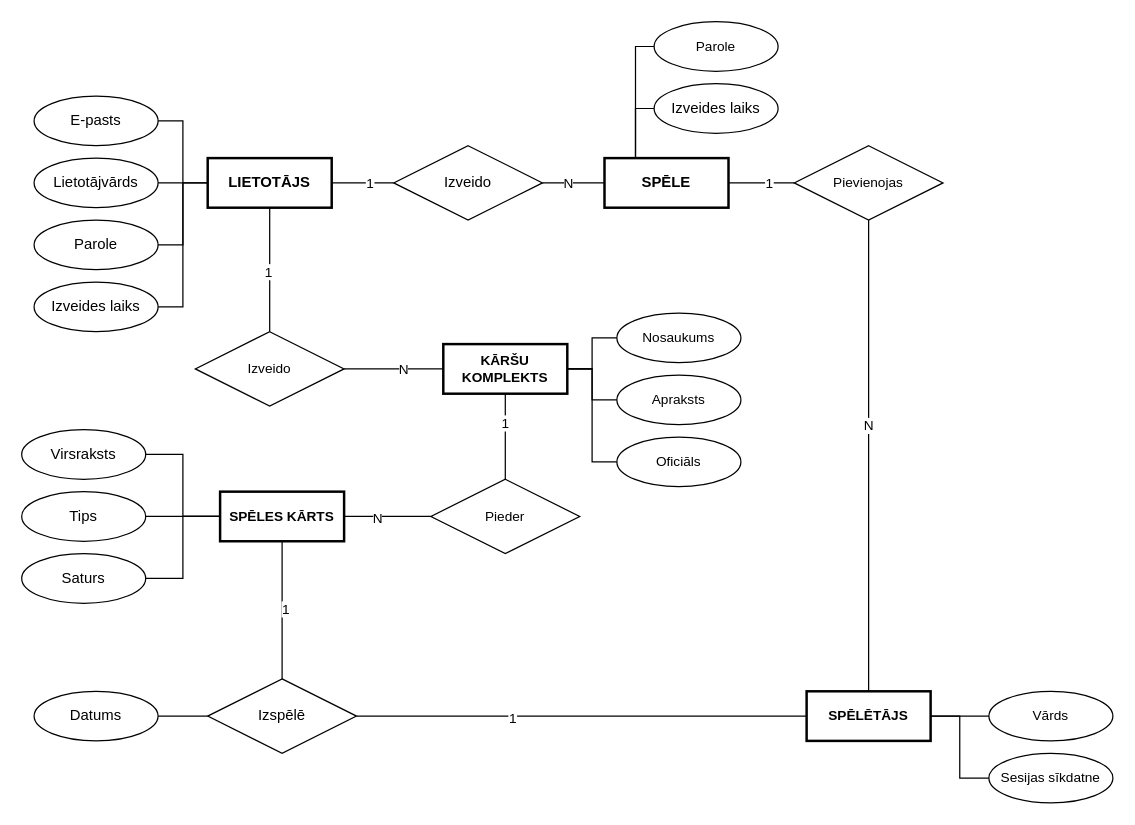
Earlier version of the draw.io diagram dokumentacija/ER.drawio (Edgars-P/RVT-Projekts-CardGame). Source tidied: cells renumbered, new cells numbered last; positions are measured from the earlier drawing's top-left corner, leaving out a move shared by most shapes. Both pictures are drawn from the tidied source at 124%, with x=0, y=0 at pixel (21, 21).
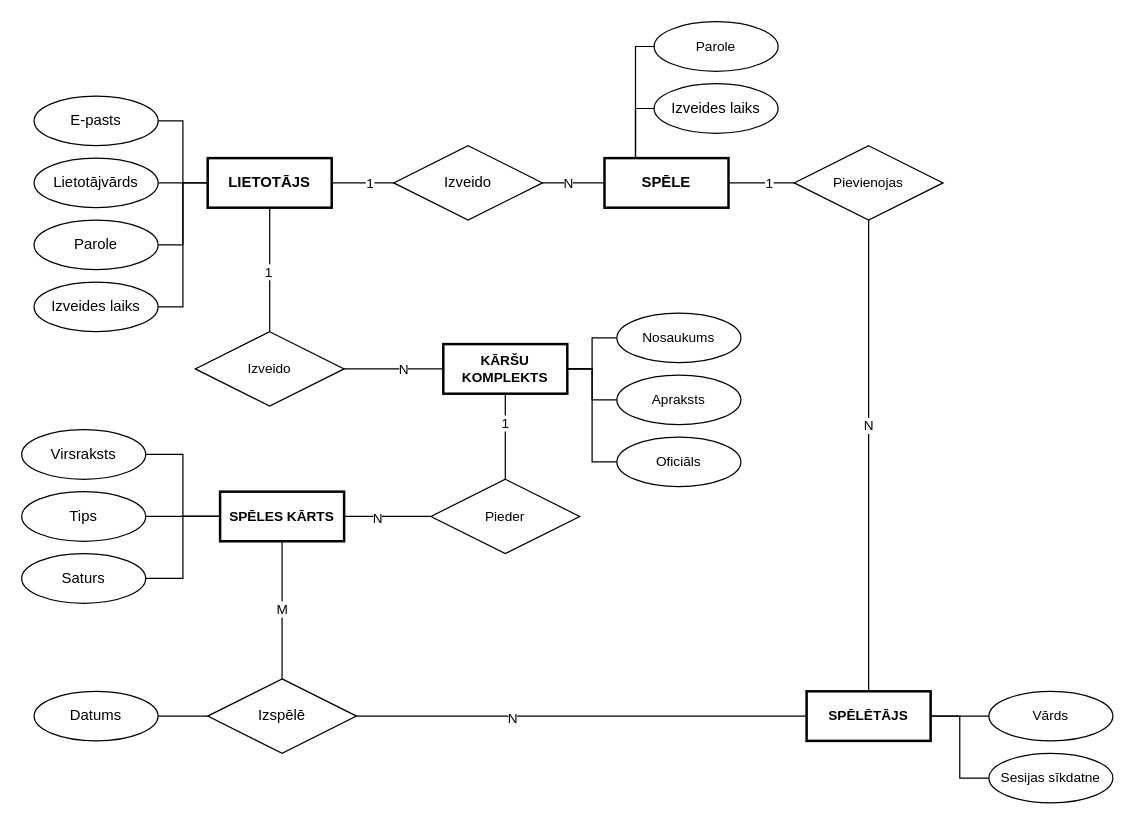
The same page after the edit.

The change refers to these unchanged cells:
```xml
<mxCell id="24" style="edgeStyle=orthogonalEdgeStyle;shape=connector;rounded=0;jettySize=auto;html=1;entryX=1;entryY=0.5;entryDx=0;entryDy=0;labelBackgroundColor=default;strokeColor=default;align=center;verticalAlign=middle;fontFamily=Helvetica;fontSize=11;fontColor=default;endArrow=none;endFill=0;" parent="1" edge="1" source="26" target="35">
  <mxGeometry relative="1" as="geometry" />
</mxCell>
<mxCell id="50" style="edgeStyle=none;shape=connector;rounded=0;jettySize=auto;html=1;labelBackgroundColor=default;strokeColor=default;align=center;verticalAlign=middle;fontFamily=Helvetica;fontSize=11;fontColor=default;endArrow=none;endFill=0;exitX=0.5;exitY=0;exitDx=0;exitDy=0;" parent="1" edge="1" source="35" target="33">
  <mxGeometry relative="1" as="geometry" />
</mxCell>
```

What changed in the source:
```diff
@@
-    <mxCell id="25" value="1" style="edgeLabel;html=1;align=center;verticalAlign=middle;fontSize=11;fontFamily=Helvetica;fontColor=default;" parent="24" vertex="1">
+    <mxCell id="25" value="N" style="edgeLabel;html=1;align=center;verticalAlign=middle;fontSize=11;fontFamily=Helvetica;fontColor=default;" parent="24" vertex="1">
       <mxGeometry x="0.31" y="1" relative="1" as="geometry" />
     </mxCell>
@@
-    <mxCell id="51" value="1" style="edgeLabel;html=1;align=center;verticalAlign=middle;fontSize=11;fontFamily=Helvetica;fontColor=default;" parent="50" vertex="1">
-      <mxGeometry x="0.02" y="-2" relative="1" as="geometry" />
+    <mxCell id="51" value="M" style="edgeLabel;html=1;align=center;verticalAlign=middle;fontSize=11;fontFamily=Helvetica;fontColor=default;" parent="50" vertex="1">
+      <mxGeometry x="0.02" y="-2" relative="1" as="geometry">
+        <mxPoint x="-3" as="offset" />
+      </mxGeometry>
     </mxCell>
```
